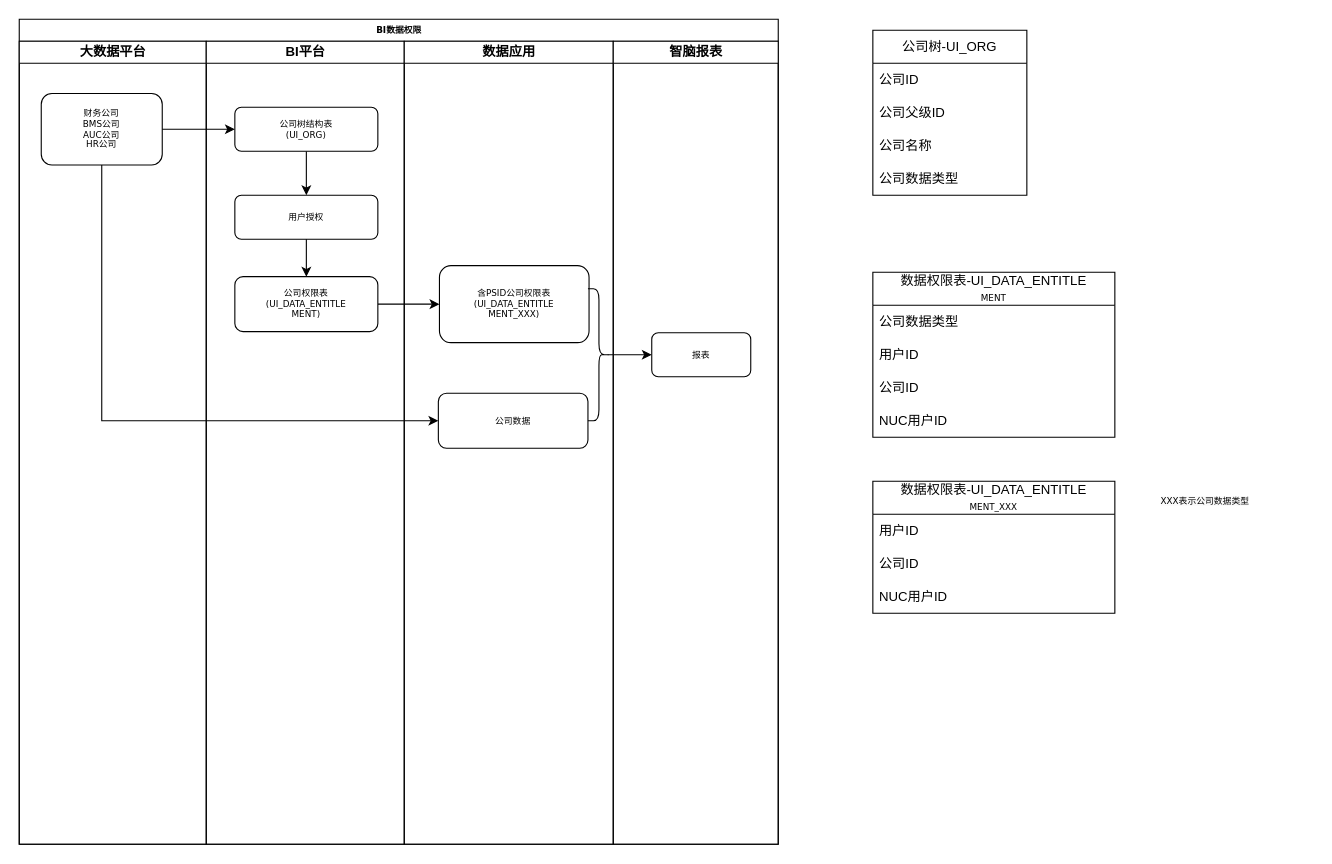
This is BI权限.drawio from xupu1007/xupu1007, a draw.io file, before an edit. Source tidied: cells renumbered, new cells numbered last; positions are measured from the earlier drawing's top-left corner, leaving out a move shared by most shapes. Both pictures are drawn from the tidied source at 110%, with x=0, y=0 at pixel (19, 19).
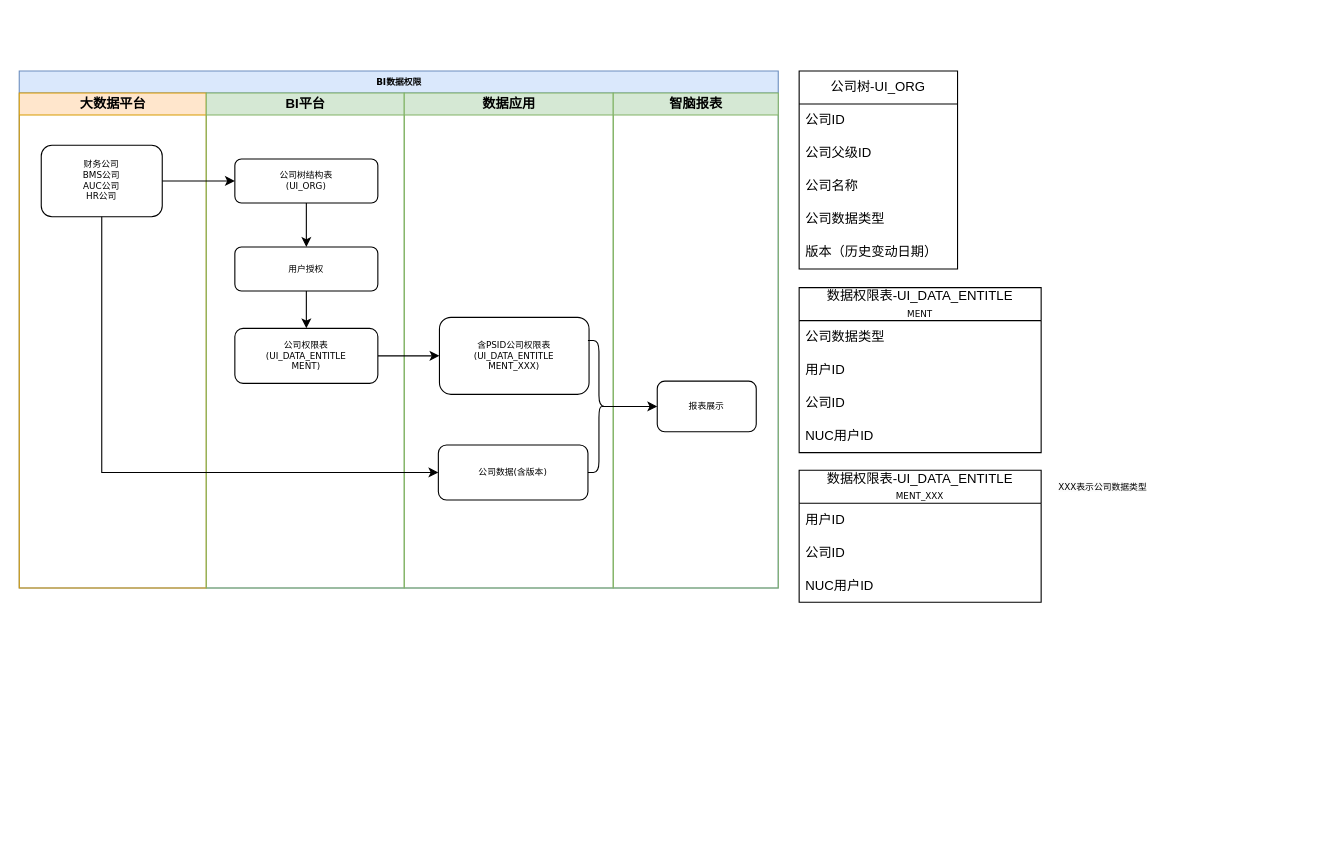
The same page after the edit.

Diff of the diagram source:
```diff
@@
-    <mxCell id="2" value="BI数据权限" style="swimlane;html=1;startSize=20;rounded=0;shadow=0;labelBackgroundColor=none;strokeWidth=1;fontFamily=Verdana;fontSize=8;align=center;" parent="1" vertex="1">
-      <mxGeometry width="690" height="750" as="geometry" />
+    <mxCell id="2" value="BI数据权限" style="swimlane;html=1;startSize=20;rounded=0;shadow=0;labelBackgroundColor=none;strokeWidth=1;fontFamily=Verdana;fontSize=8;align=center;fillColor=#dae8fc;strokeColor=#6c8ebf;" parent="1" vertex="1">
+      <mxGeometry y="47" width="690" height="470" as="geometry" />
     </mxCell>
-    <mxCell id="3" value="大数据平台" style="swimlane;html=1;startSize=20;" parent="2" vertex="1">
-      <mxGeometry y="20" width="170" height="730" as="geometry" />
+    <mxCell id="3" value="大数据平台" style="swimlane;html=1;startSize=20;fillColor=#ffe6cc;strokeColor=#d79b00;" parent="2" vertex="1">
+      <mxGeometry y="20" width="170" height="450" as="geometry" />
     </mxCell>
@@
-    <mxCell id="5" value="BI平台" style="swimlane;html=1;startSize=20;" parent="2" vertex="1">
-      <mxGeometry x="170" y="20" width="180" height="730" as="geometry" />
+    <mxCell id="5" value="BI平台" style="swimlane;html=1;startSize=20;fillColor=#d5e8d4;strokeColor=#82b366;" parent="2" vertex="1">
+      <mxGeometry x="170" y="20" width="180" height="450" as="geometry" />
     </mxCell>
@@
-    <mxCell id="9" value="数据应用" style="swimlane;html=1;startSize=20;" parent="2" vertex="1">
-      <mxGeometry x="350" y="20" width="190" height="730" as="geometry" />
+    <mxCell id="9" value="数据应用" style="swimlane;html=1;startSize=20;fillColor=#d5e8d4;strokeColor=#82b366;" parent="2" vertex="1">
+      <mxGeometry x="350" y="20" width="190" height="450" as="geometry" />
     </mxCell>
@@
-    <mxCell id="11" value="公司数据" style="rounded=1;whiteSpace=wrap;html=1;shadow=0;labelBackgroundColor=none;strokeWidth=1;fontFamily=Verdana;fontSize=8;align=center;" parent="9" vertex="1">
+    <mxCell id="11" value="公司数据(含版本)" style="rounded=1;whiteSpace=wrap;html=1;shadow=0;labelBackgroundColor=none;strokeWidth=1;fontFamily=Verdana;fontSize=8;align=center;" parent="9" vertex="1">
       <mxGeometry x="31" y="320" width="136" height="50" as="geometry" />
     </mxCell>
@@
     <mxCell id="16" value="公司权限表&lt;br&gt;(UI_DATA_ENTITLE&lt;br&gt;MENT)" style="rounded=1;whiteSpace=wrap;html=1;shadow=0;labelBackgroundColor=none;strokeWidth=1;fontFamily=Verdana;fontSize=8;align=center;" parent="1" vertex="1">
-      <mxGeometry x="196" y="234" width="130" height="50" as="geometry" />
+      <mxGeometry x="196" y="281" width="130" height="50" as="geometry" />
     </mxCell>
@@
     <mxCell id="18" value="数据权限表-UI_DATA_ENTITLE&lt;br style=&quot;border-color: var(--border-color); font-family: Verdana; font-size: 8px;&quot;&gt;&lt;span style=&quot;font-family: Verdana; font-size: 8px;&quot;&gt;MENT&lt;/span&gt;" style="swimlane;fontStyle=0;horizontal=1;startSize=30;whiteSpace=wrap;html=1;" parent="1" vertex="1">
-      <mxGeometry x="776" y="230" width="220" height="150" as="geometry" />
+      <mxGeometry x="709" y="244" width="220" height="150" as="geometry" />
     </mxCell>
@@
     <mxCell id="23" value="公司树-UI_ORG" style="swimlane;fontStyle=0;horizontal=1;startSize=30;whiteSpace=wrap;html=1;" parent="1" vertex="1">
-      <mxGeometry x="776" y="10" width="140" height="150" as="geometry" />
+      <mxGeometry x="709" y="47" width="144" height="180" as="geometry" />
     </mxCell>
     <mxCell id="24" value="公司ID" style="text;strokeColor=none;fillColor=none;align=left;verticalAlign=middle;spacingLeft=4;spacingRight=4;overflow=hidden;whiteSpace=wrap;html=1;" parent="23" vertex="1">
-      <mxGeometry y="30" width="140" height="30" as="geometry" />
+      <mxGeometry y="30" width="144" height="30" as="geometry" />
     </mxCell>
     <mxCell id="25" value="公司父级ID" style="text;strokeColor=none;fillColor=none;align=left;verticalAlign=middle;spacingLeft=4;spacingRight=4;overflow=hidden;whiteSpace=wrap;html=1;" parent="23" vertex="1">
-      <mxGeometry y="60" width="140" height="30" as="geometry" />
+      <mxGeometry y="60" width="144" height="30" as="geometry" />
     </mxCell>
     <mxCell id="26" value="公司名称" style="text;strokeColor=none;fillColor=none;align=left;verticalAlign=middle;spacingLeft=4;spacingRight=4;overflow=hidden;whiteSpace=wrap;html=1;" parent="23" vertex="1">
-      <mxGeometry y="90" width="140" height="30" as="geometry" />
+      <mxGeometry y="90" width="144" height="30" as="geometry" />
     </mxCell>
     <mxCell id="27" value="公司数据类型" style="text;strokeColor=none;fillColor=none;align=left;verticalAlign=middle;spacingLeft=4;spacingRight=4;overflow=hidden;whiteSpace=wrap;html=1;" parent="23" vertex="1">
-      <mxGeometry y="120" width="140" height="30" as="geometry" />
+      <mxGeometry y="120" width="144" height="30" as="geometry" />
     </mxCell>
+    <mxCell id="36" value="版本（历史变动日期）" style="text;strokeColor=none;fillColor=none;align=left;verticalAlign=middle;spacingLeft=4;spacingRight=4;overflow=hidden;whiteSpace=wrap;html=1;" parent="23" vertex="1">
+      <mxGeometry y="150" width="144" height="30" as="geometry" />
+    </mxCell>
     <mxCell id="28" value="数据权限表-UI_DATA_ENTITLE&lt;br style=&quot;border-color: var(--border-color); font-family: Verdana; font-size: 8px;&quot;&gt;&lt;span style=&quot;font-family: Verdana; font-size: 8px;&quot;&gt;MENT_XXX&lt;/span&gt;" style="swimlane;fontStyle=0;horizontal=1;startSize=30;whiteSpace=wrap;html=1;" parent="1" vertex="1">
-      <mxGeometry x="776" y="420" width="220" height="120" as="geometry" />
+      <mxGeometry x="709" y="410" width="220" height="120" as="geometry" />
     </mxCell>
@@
     <mxCell id="32" value="&lt;span style=&quot;color: rgb(0, 0, 0); font-family: Verdana; font-size: 8px; font-style: normal; font-variant-ligatures: normal; font-variant-caps: normal; font-weight: 400; letter-spacing: normal; orphans: 2; text-align: center; text-indent: 0px; text-transform: none; widows: 2; word-spacing: 0px; -webkit-text-stroke-width: 0px; background-color: rgb(251, 251, 251); text-decoration-thickness: initial; text-decoration-style: initial; text-decoration-color: initial; float: none; display: inline !important;&quot;&gt;XXX表示公司数据类型&lt;/span&gt;" style="text;whiteSpace=wrap;html=1;" parent="1" vertex="1">
-      <mxGeometry x="1036" y="423" width="140" height="25" as="geometry" />
+      <mxGeometry x="943" y="410" width="140" height="25" as="geometry" />
     </mxCell>
-    <mxCell id="33" value="智脑报表" style="swimlane;html=1;startSize=20;" parent="1" vertex="1">
-      <mxGeometry x="540" y="20" width="150" height="730" as="geometry" />
+    <mxCell id="33" value="智脑报表" style="swimlane;html=1;startSize=20;fillColor=#d5e8d4;strokeColor=#82b366;" parent="1" vertex="1">
+      <mxGeometry x="540" y="67" width="150" height="450" as="geometry" />
     </mxCell>
-    <mxCell id="34" value="报表" style="rounded=1;whiteSpace=wrap;html=1;shadow=0;labelBackgroundColor=none;strokeWidth=1;fontFamily=Verdana;fontSize=8;align=center;" parent="33" vertex="1">
-      <mxGeometry x="35" y="265" width="90" height="40" as="geometry" />
+    <mxCell id="34" value="报表展示" style="rounded=1;whiteSpace=wrap;html=1;shadow=0;labelBackgroundColor=none;strokeWidth=1;fontFamily=Verdana;fontSize=8;align=center;" parent="33" vertex="1">
+      <mxGeometry x="40" y="262" width="90" height="46" as="geometry" />
     </mxCell>
```
